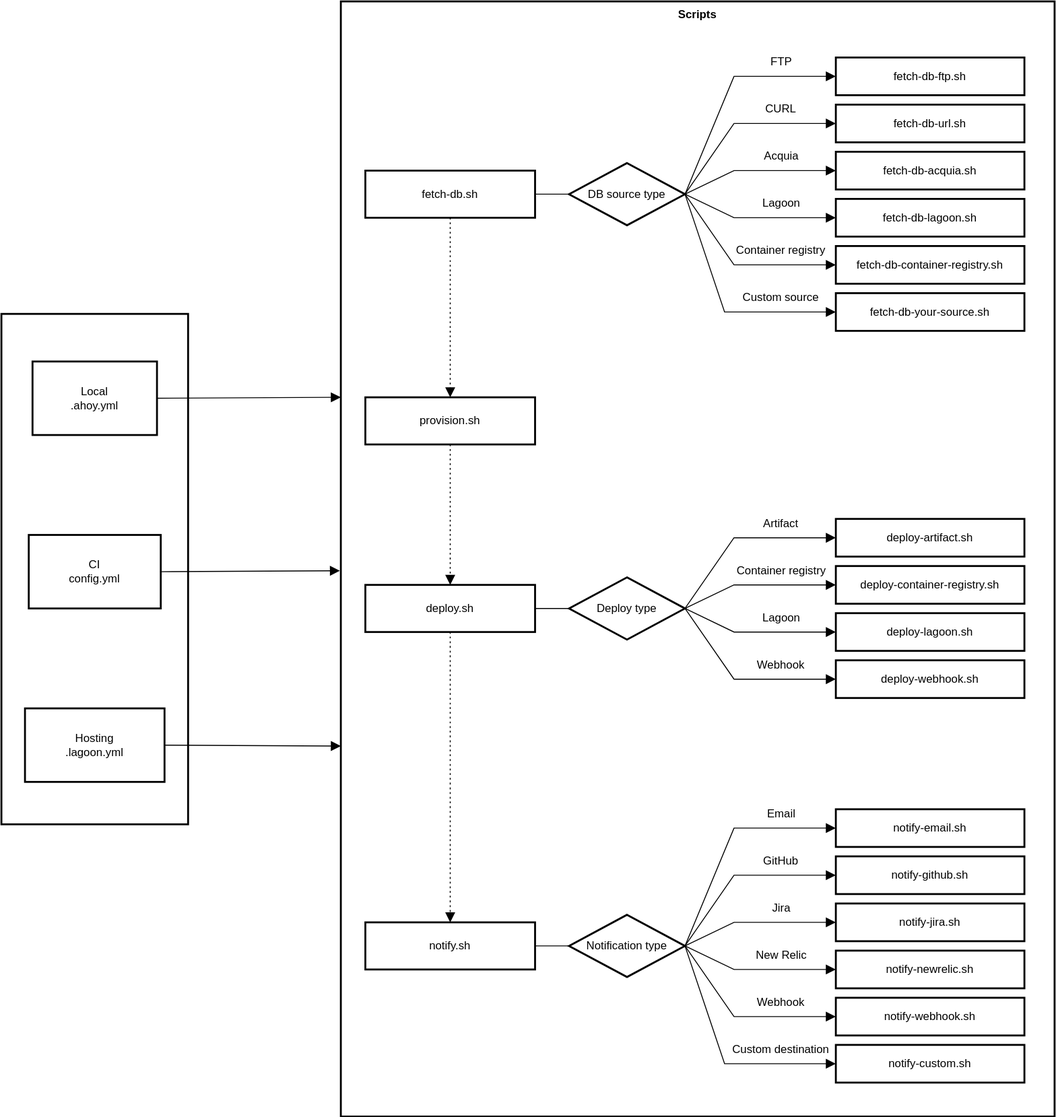
Above: .vortex/docs/static/img/diagram-scripts-light.svg in drevops/vortex (draw.io), before the change. Source tidied: cells renumbered, new cells last; positions are measured from the earlier drawing's top-left corner, leaving out a move shared by most shapes.
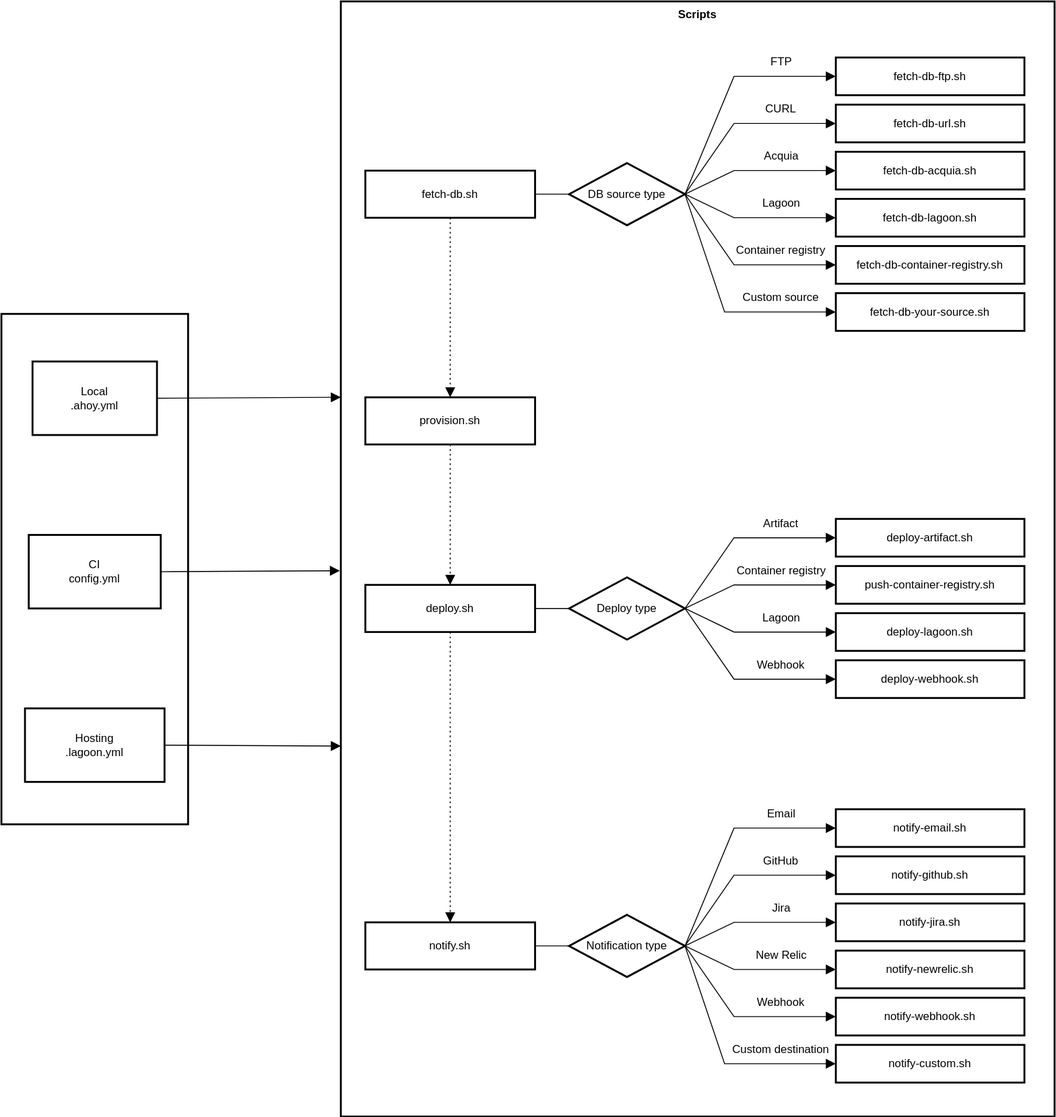
Above is the later version.

What changed in the source:
```diff
@@ -97,7 +97,7 @@
     <mxCell id="24" value="deploy-artifact.sh" style="whiteSpace=wrap;strokeWidth=2;" parent="2" vertex="1">
       <mxGeometry x="525" y="549" width="200" height="40" as="geometry" />
     </mxCell>
-    <mxCell id="25" value="deploy-container-registry.sh" style="whiteSpace=wrap;strokeWidth=2;" parent="2" vertex="1">
+    <mxCell id="25" value="push-container-registry.sh" style="whiteSpace=wrap;strokeWidth=2;" parent="2" vertex="1">
       <mxGeometry x="525" y="599" width="200" height="40" as="geometry" />
     </mxCell>
     <mxCell id="26" value="deploy-lagoon.sh" style="whiteSpace=wrap;strokeWidth=2;" parent="2" vertex="1">
```
